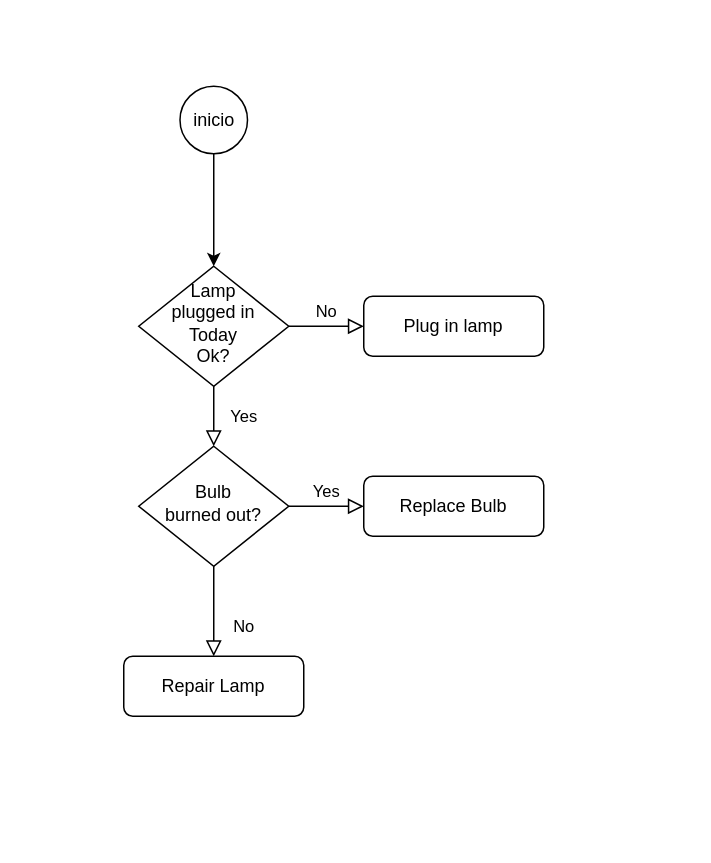
Earlier version of the draw.io diagram data/ue/scenes/barla20-cooperante.drawio (ejfdelgado/ejflab). Source tidied: cells renumbered, new cells numbered last; positions are measured from the earlier drawing's top-left corner, leaving out a move shared by most shapes. Both pictures are drawn from the tidied source at 150%, with x=0, y=0 at pixel (123, 86).
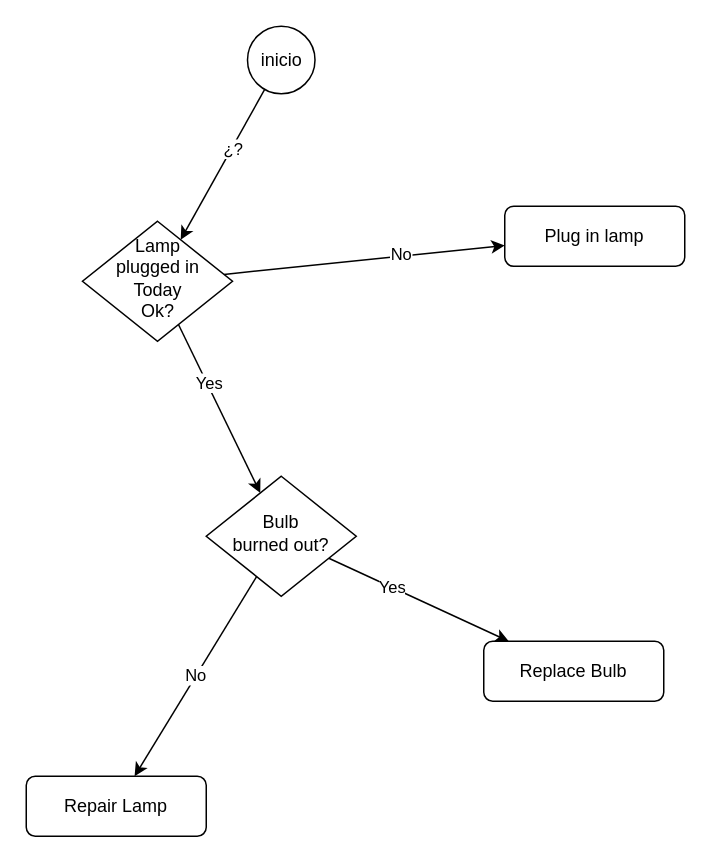
After the change.

Change to the diagram source:
```diff
@@
 <mxGraphModel>
   <root>
     <mxCell id="0" />
     <mxCell id="1" parent="0" />
+    <mxCell id="3" style="edgeStyle=none;curved=1;html=1;strokeColor=default;" parent="1" edge="1" source="4" target="5">
+      <mxGeometry relative="1" as="geometry" />
+    </mxCell>
+    <mxCell id="13" value="No" style="edgeLabel;html=1;align=center;verticalAlign=middle;" parent="3" vertex="1">
+      <mxGeometry x="0.26" y="2" relative="1" as="geometry" />
+    </mxCell>
-    <mxCell id="2" value="Yes" style="rounded=0;html=1;jettySize=auto;fontSize=11;endArrow=block;endFill=0;endSize=8;strokeWidth=1;shadow=0;labelBackgroundColor=none;edgeStyle=orthogonalEdgeStyle;" parent="1" edge="1" source="4" target="8">
-      <mxGeometry y="20" relative="1" as="geometry" />
+    <mxCell id="2" style="edgeStyle=none;curved=1;html=1;strokeColor=default;" parent="1" edge="1" source="4" target="8">
+      <mxGeometry relative="1" as="geometry" />
     </mxCell>
-    <mxCell id="3" value="No" style="edgeStyle=orthogonalEdgeStyle;rounded=0;html=1;jettySize=auto;fontSize=11;endArrow=block;endFill=0;endSize=8;strokeWidth=1;shadow=0;labelBackgroundColor=none;" parent="1" edge="1" source="4" target="5">
-      <mxGeometry y="10" relative="1" as="geometry" />
-    </mxCell>
+    <mxCell id="14" value="Yes" style="edgeLabel;html=1;align=center;verticalAlign=middle;" parent="2" vertex="1">
+      <mxGeometry x="-0.3" y="1" relative="1" as="geometry" />
+    </mxCell>
     <mxCell id="4" value="Lamp&lt;br&gt;plugged in&lt;br&gt;Today&lt;br&gt;Ok?" style="rhombus;whiteSpace=wrap;html=1;shadow=0;fontFamily=Helvetica;fontSize=12;align=center;strokeWidth=1;spacing=6;spacingTop=-4;" parent="1" vertex="1">
-      <mxGeometry x="10" y="120" width="100" height="80" as="geometry" />
+      <mxGeometry x="-27.5" y="90" width="100" height="80" as="geometry" />
     </mxCell>
     <mxCell id="5" value="Plug in lamp" style="rounded=1;whiteSpace=wrap;html=1;fontSize=12;glass=0;strokeWidth=1;shadow=0;" parent="1" vertex="1">
-      <mxGeometry x="160" y="140" width="120" height="40" as="geometry" />
+      <mxGeometry x="254" y="80" width="120" height="40" as="geometry" />
     </mxCell>
+    <mxCell id="7" style="edgeStyle=none;curved=1;html=1;strokeColor=default;" parent="1" edge="1" source="8" target="10">
+      <mxGeometry relative="1" as="geometry" />
+    </mxCell>
+    <mxCell id="15" value="Yes" style="edgeLabel;html=1;align=center;verticalAlign=middle;" parent="7" vertex="1">
+      <mxGeometry x="-0.31" relative="1" as="geometry" />
+    </mxCell>
-    <mxCell id="6" value="No" style="rounded=0;html=1;jettySize=auto;fontSize=11;endArrow=block;endFill=0;endSize=8;strokeWidth=1;shadow=0;labelBackgroundColor=none;edgeStyle=orthogonalEdgeStyle;" parent="1" edge="1" source="8" target="9">
-      <mxGeometry x="0.33" y="20" relative="1" as="geometry" />
+    <mxCell id="6" value="No" style="edgeStyle=none;curved=1;html=1;strokeColor=default;" parent="1" edge="1" source="8" target="9">
+      <mxGeometry relative="1" as="geometry" />
     </mxCell>
-    <mxCell id="7" value="Yes" style="edgeStyle=orthogonalEdgeStyle;rounded=0;html=1;jettySize=auto;fontSize=11;endArrow=block;endFill=0;endSize=8;strokeWidth=1;shadow=0;labelBackgroundColor=none;" parent="1" edge="1" source="8" target="10">
-      <mxGeometry y="10" relative="1" as="geometry" />
-    </mxCell>
     <mxCell id="8" value="Bulb&lt;br&gt;burned out?" style="rhombus;whiteSpace=wrap;html=1;shadow=0;fontFamily=Helvetica;fontSize=12;align=center;strokeWidth=1;spacing=6;spacingTop=-4;" parent="1" vertex="1">
-      <mxGeometry x="10" y="240" width="100" height="80" as="geometry" />
+      <mxGeometry x="55" y="260" width="100" height="80" as="geometry" />
     </mxCell>
     <mxCell id="9" value="Repair Lamp" style="rounded=1;whiteSpace=wrap;html=1;fontSize=12;glass=0;strokeWidth=1;shadow=0;" parent="1" vertex="1">
-      <mxGeometry y="380" width="120" height="40" as="geometry" />
+      <mxGeometry x="-65" y="460" width="120" height="40" as="geometry" />
     </mxCell>
     <mxCell id="10" value="Replace Bulb" style="rounded=1;whiteSpace=wrap;html=1;fontSize=12;glass=0;strokeWidth=1;shadow=0;" parent="1" vertex="1">
-      <mxGeometry x="160" y="260" width="120" height="40" as="geometry" />
+      <mxGeometry x="240" y="370" width="120" height="40" as="geometry" />
     </mxCell>
     <mxCell id="11" style="edgeStyle=none;html=1;" parent="1" edge="1" source="12" target="4">
       <mxGeometry relative="1" as="geometry" />
     </mxCell>
+    <mxCell id="16" value="¿?" style="edgeLabel;html=1;align=center;verticalAlign=middle;" parent="11" vertex="1">
+      <mxGeometry x="-0.22" relative="1" as="geometry" />
+    </mxCell>
     <mxCell id="12" value="inicio" style="ellipse;whiteSpace=wrap;html=1;" parent="1" vertex="1">
-      <mxGeometry x="37.5" width="45" height="45" as="geometry" />
+      <mxGeometry x="82.5" y="-40" width="45" height="45" as="geometry" />
     </mxCell>
   </root>
 </mxGraphModel>
```
